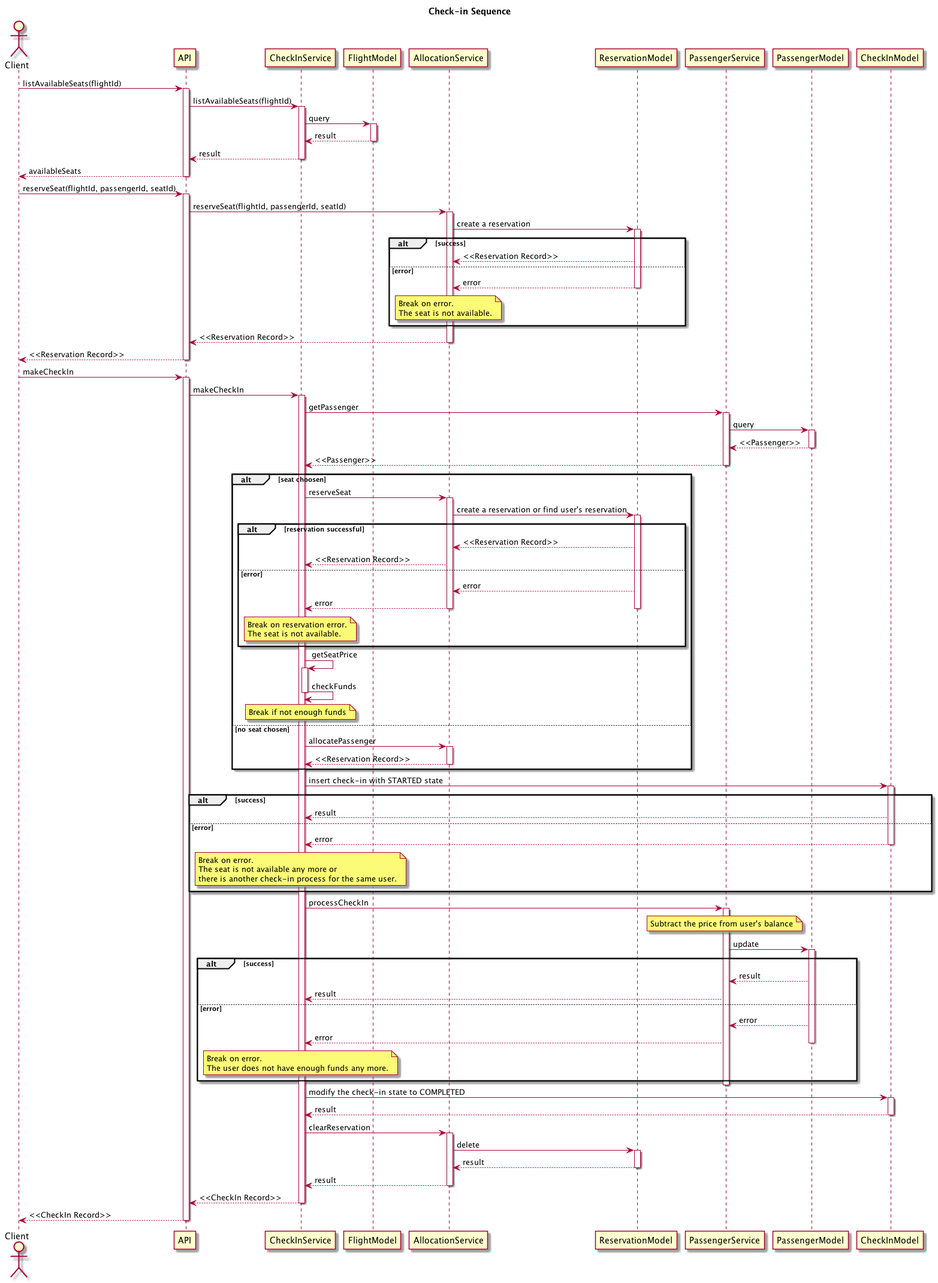
omurturan/airline-checkin keeps this PlantUML diagram as diagrams/sequence.png. Above is the earlier version. Its diagram source:
```plantuml
@startuml
title Check-in Sequence
actor Client


Client -> API : listAvailableSeats(flightId)
activate API
API -> CheckInService : listAvailableSeats(flightId)
activate CheckInService
CheckInService -> FlightModel : query
activate FlightModel
FlightModel --> CheckInService : result
deactivate FlightModel
CheckInService --> API : result
deactivate CheckInService
API --> Client : availableSeats
deactivate API

Client -> API : reserveSeat(flightId, passengerId, seatId)
activate API
API -> AllocationService : reserveSeat(flightId, passengerId, seatId)
activate AllocationService
AllocationService -> ReservationModel : create a reservation
activate ReservationModel
alt success
  ReservationModel --> AllocationService : <<Reservation Record>>
else error
  ReservationModel --> AllocationService : error
  deactivate ReservationModel
  note over AllocationService: Break on error.\nThe seat is not available.
end
AllocationService --> API : <<Reservation Record>>
deactivate AllocationService
API --> Client : <<Reservation Record>>
deactivate API


Client -> API : makeCheckIn
activate API
API -> CheckInService : makeCheckIn
activate CheckInService
CheckInService -> PassengerService : getPassenger
activate PassengerService
PassengerService -> PassengerModel : query
activate PassengerModel
PassengerModel --> PassengerService : <<Passenger>>
deactivate PassengerModel
PassengerService --> CheckInService : <<Passenger>>
deactivate PassengerService
alt seat choosen
  CheckInService -> AllocationService : reserveSeat
  activate AllocationService
  AllocationService -> ReservationModel : create a reservation or find user's reservation
  activate ReservationModel
  alt reservation successful
    ReservationModel --> AllocationService : <<Reservation Record>>
    AllocationService --> CheckInService : <<Reservation Record>>
  else error
    ReservationModel --> AllocationService : error
    AllocationService --> CheckInService : error
    deactivate ReservationModel
    deactivate AllocationService
    note over CheckInService: Break on reservation error.\nThe seat is not available.
  end
  CheckInService -> CheckInService : getSeatPrice
  activate CheckInService
  CheckInService -> CheckInService : checkFunds
  deactivate CheckInService
  note over CheckInService: Break if not enough funds
else no seat chosen
  CheckInService -> AllocationService : allocatePassenger
  activate AllocationService
  AllocationService --> CheckInService : <<Reservation Record>>
  deactivate AllocationService
end

CheckInService -> CheckInModel : insert check-in with STARTED state
activate CheckInModel
alt success
  CheckInModel --> CheckInService : result
else error
  CheckInModel --> CheckInService : error
  deactivate CheckInModel
  note over CheckInService: Break on error.\nThe seat is not available any more or\nthere is another check-in process for the same user.
end

CheckInService -> PassengerService : processCheckIn
activate PassengerService
note over PassengerService: Subtract the price from user's balance
PassengerService -> PassengerModel : update
activate PassengerModel
alt success
  PassengerModel --> PassengerService : result
  PassengerService --> CheckInService : result
else error
  PassengerModel --> PassengerService : error
  PassengerService --> CheckInService : error
  deactivate PassengerModel
  note over CheckInService : Break on error.\nThe user does not have enough funds any more.
end
deactivate PassengerService


CheckInService -> CheckInModel : modify the check-in state to COMPLETED
activate CheckInModel
CheckInModel --> CheckInService : result
deactivate CheckInModel

CheckInService -> AllocationService : clearReservation
activate AllocationService
AllocationService -> ReservationModel : delete
activate ReservationModel
ReservationModel --> AllocationService : result
deactivate ReservationModel
AllocationService --> CheckInService : result
deactivate AllocationService

CheckInService --> API : <<CheckIn Record>>
deactivate CheckInService
API --> Client : <<CheckIn Record>>
deactivate API


@enduml
```
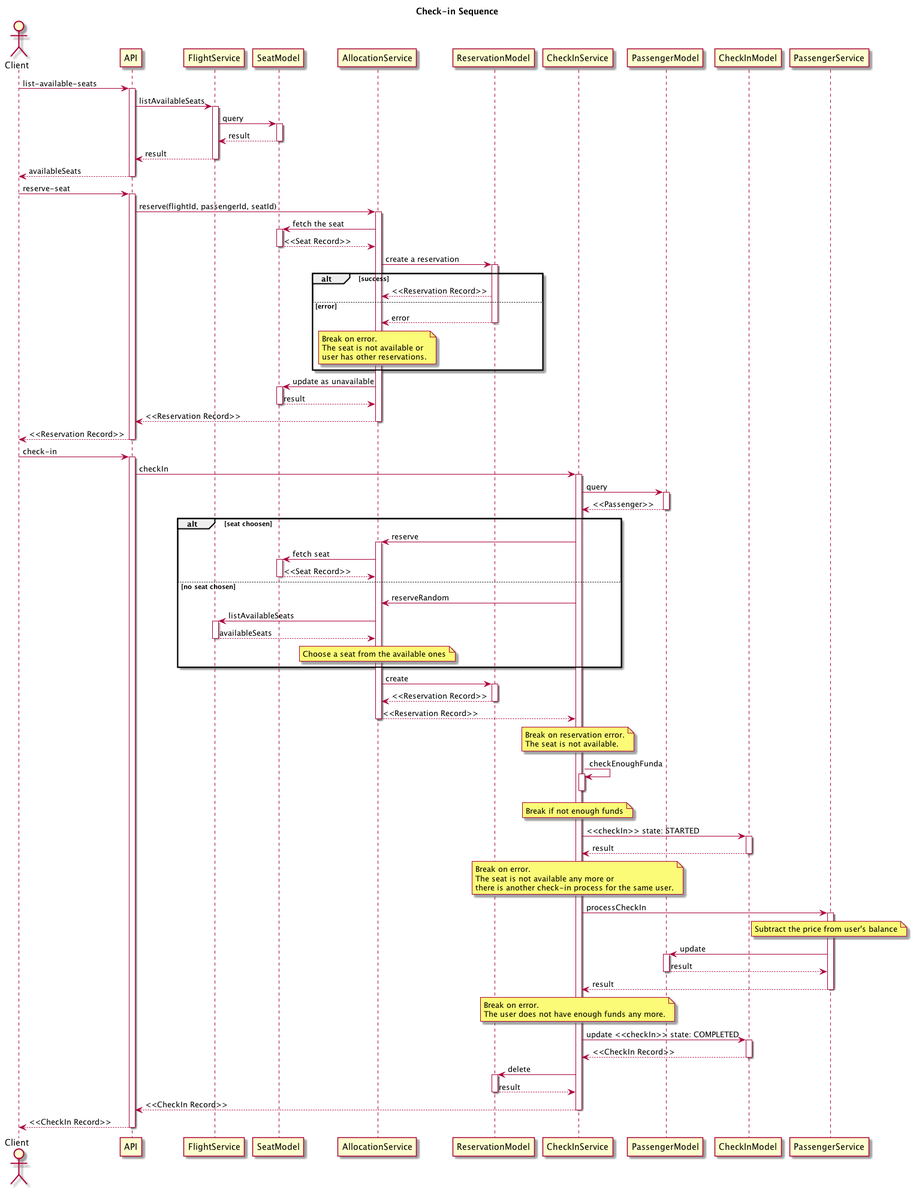
The same file after the commit.

Change to the diagram source:
```diff
@@ -3,23 +3,27 @@
 actor Client
 
 
-Client -> API : listAvailableSeats(flightId)
+Client -> API : list-available-seats
 activate API
-API -> CheckInService : listAvailableSeats(flightId)
-activate CheckInService
-CheckInService -> FlightModel : query
-activate FlightModel
-FlightModel --> CheckInService : result
-deactivate FlightModel
-CheckInService --> API : result
-deactivate CheckInService
+API -> FlightService : listAvailableSeats
+activate FlightService
+FlightService -> SeatModel : query
+activate SeatModel
+SeatModel --> FlightService : result
+deactivate SeatModel
+FlightService --> API : result
+deactivate FlightService
 API --> Client : availableSeats
 deactivate API
 
-Client -> API : reserveSeat(flightId, passengerId, seatId)
+Client -> API : reserve-seat
 activate API
-API -> AllocationService : reserveSeat(flightId, passengerId, seatId)
+API -> AllocationService : reserve(flightId, passengerId, seatId)
 activate AllocationService
+AllocationService -> SeatModel : fetch the seat
+activate SeatModel
+SeatModel --> AllocationService : <<Seat Record>>
+deactivate SeatModel
 AllocationService -> ReservationModel : create a reservation
 activate ReservationModel
 alt success
@@ -27,93 +31,80 @@
 else error
   ReservationModel --> AllocationService : error
   deactivate ReservationModel
-  note over AllocationService: Break on error.\nThe seat is not available.
+  note over AllocationService: Break on error.\nThe seat is not available or\nuser has other reservations.
 end
+AllocationService -> SeatModel : update as unavailable
+activate SeatModel
+SeatModel --> AllocationService : result
+deactivate SeatModel
 AllocationService --> API : <<Reservation Record>>
 deactivate AllocationService
 API --> Client : <<Reservation Record>>
 deactivate API
 
 
-Client -> API : makeCheckIn
+Client -> API : check-in
 activate API
-API -> CheckInService : makeCheckIn
+API -> CheckInService : checkIn
 activate CheckInService
-CheckInService -> PassengerService : getPassenger
-activate PassengerService
-PassengerService -> PassengerModel : query
+CheckInService -> PassengerModel : query
 activate PassengerModel
-PassengerModel --> PassengerService : <<Passenger>>
+PassengerModel --> CheckInService : <<Passenger>>
 deactivate PassengerModel
-PassengerService --> CheckInService : <<Passenger>>
-deactivate PassengerService
 alt seat choosen
-  CheckInService -> AllocationService : reserveSeat
+  CheckInService -> AllocationService : reserve
   activate AllocationService
-  AllocationService -> ReservationModel : create a reservation or find user's reservation
-  activate ReservationModel
-  alt reservation successful
-    ReservationModel --> AllocationService : <<Reservation Record>>
-    AllocationService --> CheckInService : <<Reservation Record>>
-  else error
-    ReservationModel --> AllocationService : error
-    AllocationService --> CheckInService : error
-    deactivate ReservationModel
-    deactivate AllocationService
-    note over CheckInService: Break on reservation error.\nThe seat is not available.
-  end
-  CheckInService -> CheckInService : getSeatPrice
-  activate CheckInService
-  CheckInService -> CheckInService : checkFunds
-  deactivate CheckInService
-  note over CheckInService: Break if not enough funds
+  AllocationService -> SeatModel : fetch seat
+  activate SeatModel
+  SeatModel --> AllocationService : <<Seat Record>>
+  deactivate SeatModel
 else no seat chosen
-  CheckInService -> AllocationService : allocatePassenger
-  activate AllocationService
-  AllocationService --> CheckInService : <<Reservation Record>>
-  deactivate AllocationService
+  CheckInService -> AllocationService : reserveRandom
+  AllocationService -> FlightService : listAvailableSeats
+  activate FlightService
+  FlightService --> AllocationService : availableSeats
+  deactivate FlightService
+  note over AllocationService: Choose a seat from the available ones
 end
+AllocationService -> ReservationModel: create
+activate ReservationModel
+ReservationModel --> AllocationService : <<Reservation Record>>
+deactivate ReservationModel
+AllocationService --> CheckInService : <<Reservation Record>>
+deactivate AllocationService
+note over CheckInService: Break on reservation error.\nThe seat is not available.
+CheckInService -> CheckInService : checkEnoughFunda
+activate CheckInService
+note over CheckInService: Break if not enough funds
+deactivate CheckInService
 
-CheckInService -> CheckInModel : insert check-in with STARTED state
+
+CheckInService -> CheckInModel : <<checkIn>> state: STARTED
 activate CheckInModel
-alt success
-  CheckInModel --> CheckInService : result
-else error
-  CheckInModel --> CheckInService : error
-  deactivate CheckInModel
-  note over CheckInService: Break on error.\nThe seat is not available any more or\nthere is another check-in process for the same user.
-end
+CheckInModel --> CheckInService : result
+deactivate CheckInModel
+note over CheckInService: Break on error.\nThe seat is not available any more or\nthere is another check-in process for the same user.
 
 CheckInService -> PassengerService : processCheckIn
 activate PassengerService
 note over PassengerService: Subtract the price from user's balance
 PassengerService -> PassengerModel : update
 activate PassengerModel
-alt success
-  PassengerModel --> PassengerService : result
-  PassengerService --> CheckInService : result
-else error
-  PassengerModel --> PassengerService : error
-  PassengerService --> CheckInService : error
-  deactivate PassengerModel
-  note over CheckInService : Break on error.\nThe user does not have enough funds any more.
-end
+PassengerModel --> PassengerService : result
+deactivate PassengerModel
+PassengerService --> CheckInService : result
 deactivate PassengerService
+note over CheckInService : Break on error.\nThe user does not have enough funds any more.
 
-
-CheckInService -> CheckInModel : modify the check-in state to COMPLETED
+CheckInService -> CheckInModel : update <<checkIn>> state: COMPLETED
 activate CheckInModel
-CheckInModel --> CheckInService : result
+CheckInModel --> CheckInService : <<CheckIn Record>>
 deactivate CheckInModel
 
-CheckInService -> AllocationService : clearReservation
-activate AllocationService
-AllocationService -> ReservationModel : delete
+CheckInService -> ReservationModel : delete
 activate ReservationModel
-ReservationModel --> AllocationService : result
+ReservationModel --> CheckInService : result
 deactivate ReservationModel
-AllocationService --> CheckInService : result
-deactivate AllocationService
 
 CheckInService --> API : <<CheckIn Record>>
 deactivate CheckInService
```
